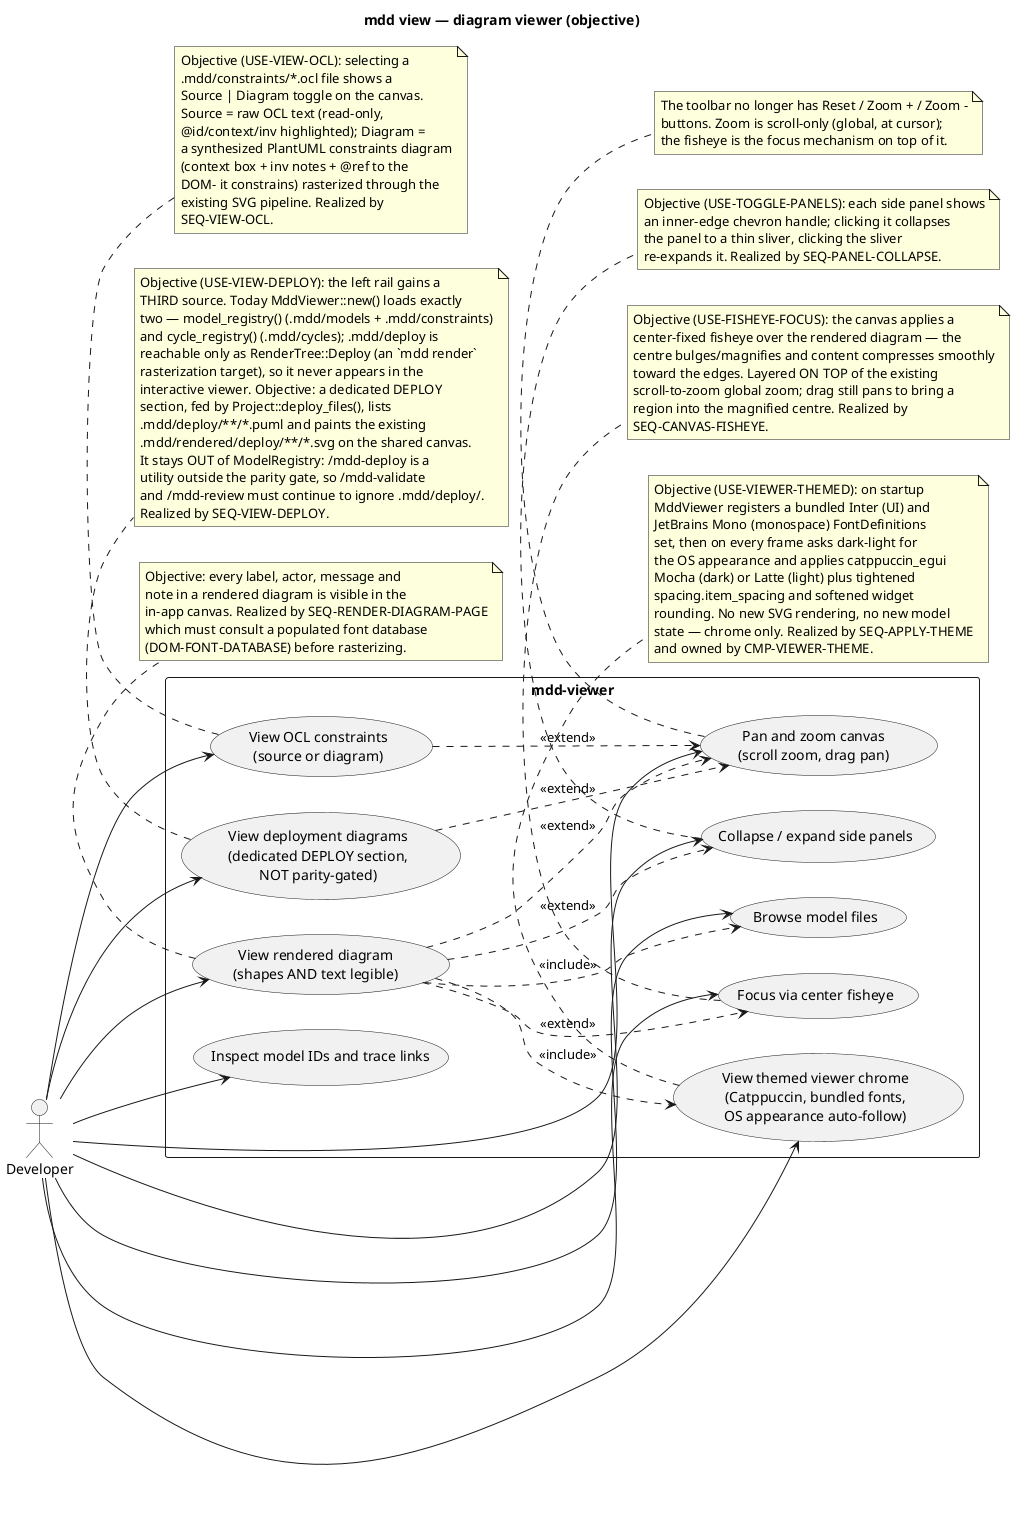
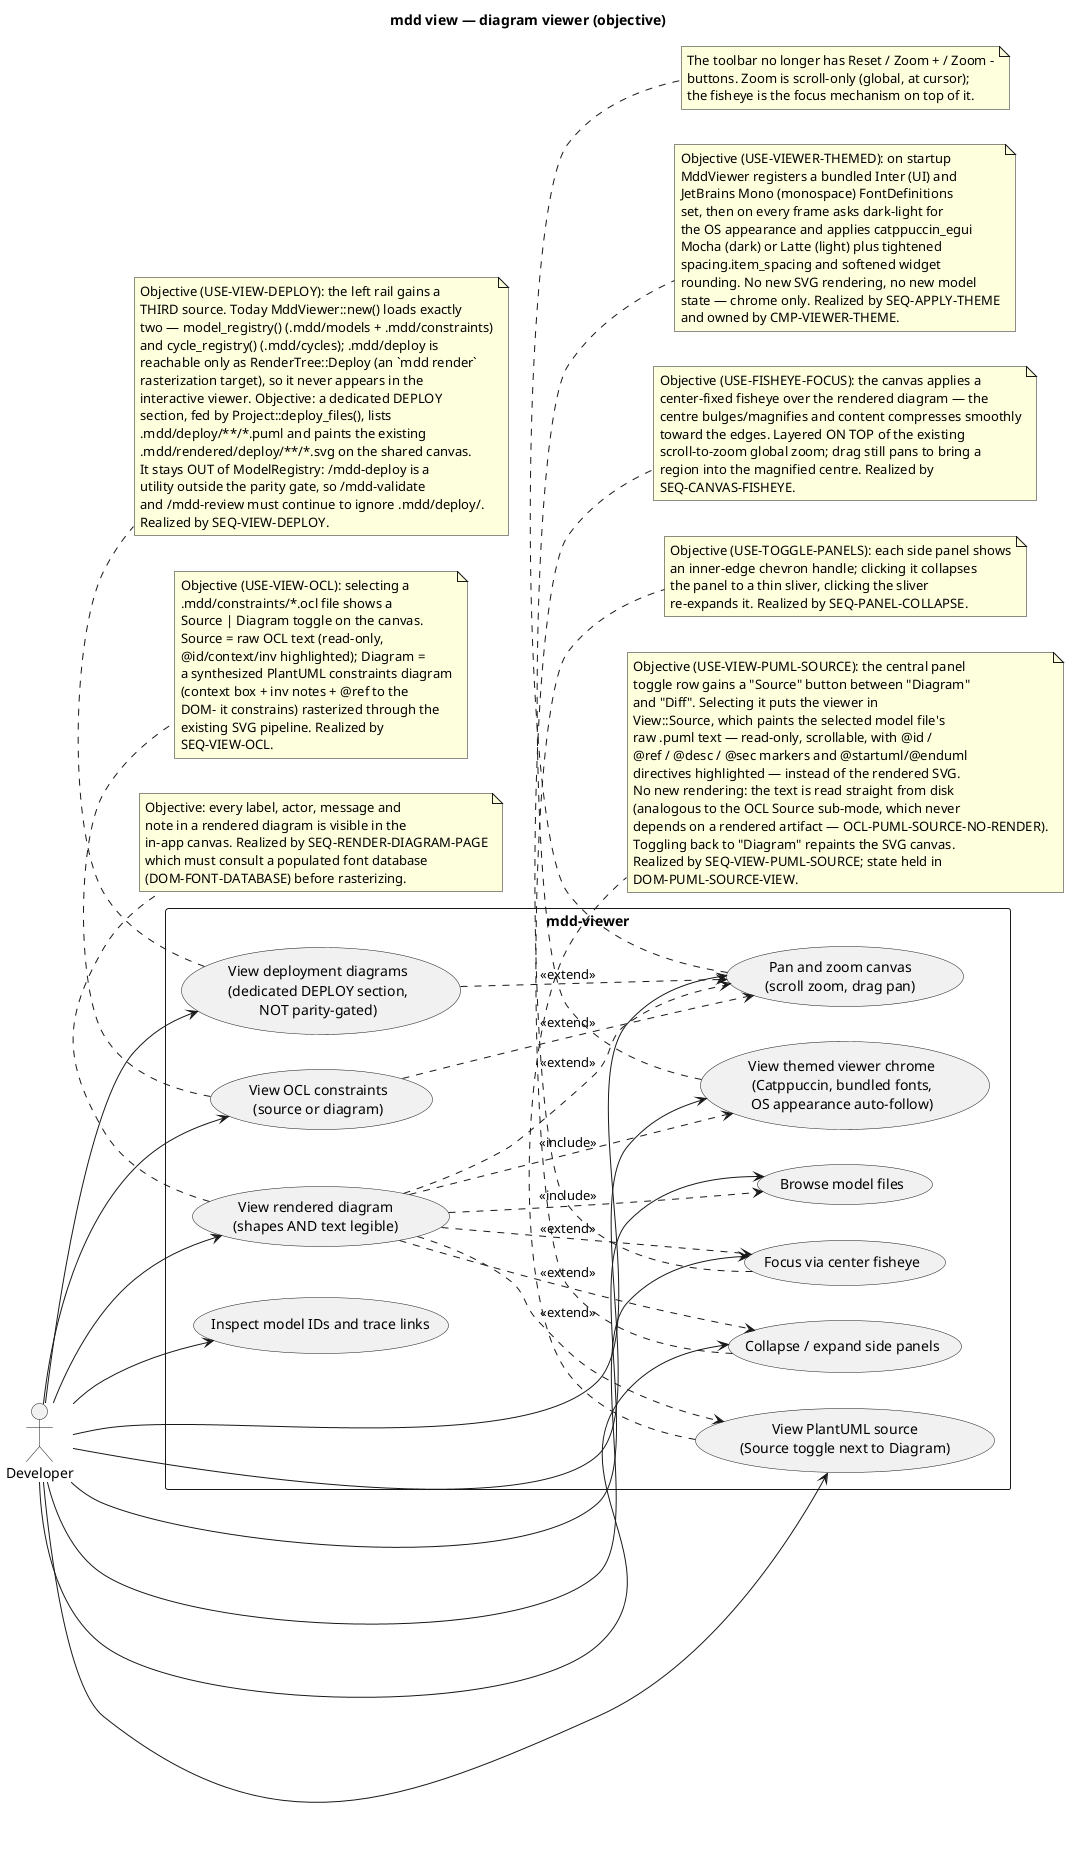
@startuml
' @id(USE-VIEW-DIAGRAMS)
' @desc(USE-VIEW-DIAGRAMS, "Developer views a rendered model diagram on the in-app canvas with shapes and text legible.")
' @id(USE-FISHEYE-FOCUS)
' @desc(USE-FISHEYE-FOCUS, "Developer focuses on part of a diagram via a center-fixed fisheye that magnifies the canvas centre and compresses content toward the edges, layered on the scroll global zoom.")
' @id(USE-TOGGLE-PANELS)
' @desc(USE-TOGGLE-PANELS, "Developer collapses or expands the left MODELS panel and the right MODEL CONTEXT panel via an inner-edge handle, reclaiming canvas width on demand.")
' @id(USE-VIEW-OCL)
' @desc(USE-VIEW-OCL, "Developer selects an .ocl constraint file and views it on the canvas with a Source/Diagram toggle: Source shows the raw OCL text, Diagram shows a synthesized PlantUML constraints diagram.")
' @id(USE-VIEW-DEPLOY)
' @desc(USE-VIEW-DEPLOY, "Developer sees /mdd-deploy deployment diagrams (.mdd/deploy/**/*.puml) in `mdd view`, listed in a DEDICATED 'DEPLOY' rail section that is visibly labelled as a utility artifact OUTSIDE the current<->objective parity gate. Selecting one paints its already-rendered .mdd/rendered/deploy/**/*.svg on the same canvas. The section is a THIRD viewer ingestion source alongside the model registry and the cycle registry; deployment files never enter ModelRegistry, so /mdd-validate and /mdd-review still never read .mdd/deploy/.")
' @id(USE-VIEWER-THEMED)
' @desc(USE-VIEWER-THEMED, "Developer sees the mdd-viewer chrome dressed by a Catppuccin palette (Mocha when the OS is dark, Latte when light, picked once per frame from the OS appearance), bundled Inter for UI text and JetBrains Mono for code/diff lists, and softened item spacing + corner rounding — instead of the bare egui defaults. Cross-platform single binary; chrome only — the SVG canvas rasterizer is untouched.")
+ ' @id(USE-VIEW-PUML-SOURCE)
+ ' @desc(USE-VIEW-PUML-SOURCE, "Developer reads the raw PlantUML text of the selected model file via a Source toggle placed next to the Diagram (and Diff) toggle in the central panel. Source replaces the rendered diagram with read-only, scrollable .puml text (@id/@ref/@desc/@sec markers and @startuml/@enduml directives highlighted); toggling back to Diagram repaints the SVG. Mirrors the OCL Source/Diagram functionality but for ordinary model diagrams — no new rendering, the source is read straight from disk.")
' Objective-side use-case view. Same text-legibility acceptance as before,
' plus the focus+context fisheye, the collapsible side panels, an
- ' OCL constraint viewer, a dedicated non-gated DEPLOY section, and
- ' an OS-appearance-following Catppuccin theme with bundled fonts.
+ ' OCL constraint viewer, a dedicated non-gated DEPLOY section, an
+ ' OS-appearance-following Catppuccin theme with bundled fonts, and a
+ ' Source toggle that shows a model file's raw PlantUML beside its diagram.
' The toolbar no longer carries zoom controls.
title mdd view — diagram viewer (objective)

left to right direction

actor "Developer" as Dev

rectangle "mdd-viewer" {
  usecase "View rendered diagram\n(shapes AND text legible)" as View
  usecase "Browse model files" as Browse
  usecase "Pan and zoom canvas\n(scroll zoom, drag pan)" as PanZoom
  usecase "Focus via center fisheye" as Fisheye
  usecase "Collapse / expand side panels" as Panels
  usecase "Inspect model IDs and trace links" as Trace
  usecase "View OCL constraints\n(source or diagram)" as ViewOcl
  usecase "View deployment diagrams\n(dedicated DEPLOY section,\nNOT parity-gated)" as ViewDeploy
  usecase "View themed viewer chrome\n(Catppuccin, bundled fonts,\nOS appearance auto-follow)" as Themed
+   usecase "View PlantUML source\n(Source toggle next to Diagram)" as ViewSource
}

Dev --> View
Dev --> Browse
Dev --> PanZoom
Dev --> Fisheye
Dev --> Panels
Dev --> Trace
Dev --> ViewOcl
Dev --> ViewDeploy
Dev --> Themed
+ Dev --> ViewSource

View ..> Browse : <<include>>
View ..> PanZoom : <<extend>>
View ..> Fisheye : <<extend>>
View ..> Panels : <<extend>>
View ..> Themed : <<include>>
+ View ..> ViewSource : <<extend>>
ViewOcl ..> PanZoom : <<extend>>
ViewDeploy ..> PanZoom : <<extend>>

note bottom of ViewOcl
  Objective (USE-VIEW-OCL): selecting a
  .mdd/constraints/*.ocl file shows a
  Source | Diagram toggle on the canvas.
  Source = raw OCL text (read-only,
  @id/context/inv highlighted); Diagram =
  a synthesized PlantUML constraints diagram
  (context box + inv notes + @ref to the
  DOM- it constrains) rasterized through the
  existing SVG pipeline. Realized by
  SEQ-VIEW-OCL.
end note

note bottom of View
  Objective: every label, actor, message and
  note in a rendered diagram is visible in the
  in-app canvas. Realized by SEQ-RENDER-DIAGRAM-PAGE
  which must consult a populated font database
  (DOM-FONT-DATABASE) before rasterizing.
end note

note bottom of Fisheye
  Objective (USE-FISHEYE-FOCUS): the canvas applies a
  center-fixed fisheye over the rendered diagram — the
  centre bulges/magnifies and content compresses smoothly
  toward the edges. Layered ON TOP of the existing
  scroll-to-zoom global zoom; drag still pans to bring a
  region into the magnified centre. Realized by
  SEQ-CANVAS-FISHEYE.
end note

note bottom of PanZoom
  The toolbar no longer has Reset / Zoom + / Zoom -
  buttons. Zoom is scroll-only (global, at cursor);
  the fisheye is the focus mechanism on top of it.
end note

note bottom of Panels
  Objective (USE-TOGGLE-PANELS): each side panel shows
  an inner-edge chevron handle; clicking it collapses
  the panel to a thin sliver, clicking the sliver
  re-expands it. Realized by SEQ-PANEL-COLLAPSE.
end note

note bottom of Themed
  Objective (USE-VIEWER-THEMED): on startup
  MddViewer registers a bundled Inter (UI) and
  JetBrains Mono (monospace) FontDefinitions
  set, then on every frame asks dark-light for
  the OS appearance and applies catppuccin_egui
  Mocha (dark) or Latte (light) plus tightened
  spacing.item_spacing and softened widget
  rounding. No new SVG rendering, no new model
  state — chrome only. Realized by SEQ-APPLY-THEME
  and owned by CMP-VIEWER-THEME.
end note

note bottom of ViewDeploy
  Objective (USE-VIEW-DEPLOY): the left rail gains a
  THIRD source. Today MddViewer::new() loads exactly
  two — model_registry() (.mdd/models + .mdd/constraints)
  and cycle_registry() (.mdd/cycles); .mdd/deploy is
  reachable only as RenderTree::Deploy (an `mdd render`
  rasterization target), so it never appears in the
  interactive viewer. Objective: a dedicated DEPLOY
  section, fed by Project::deploy_files(), lists
  .mdd/deploy/**/*.puml and paints the existing
  .mdd/rendered/deploy/**/*.svg on the shared canvas.
  It stays OUT of ModelRegistry: /mdd-deploy is a
  utility outside the parity gate, so /mdd-validate
  and /mdd-review must continue to ignore .mdd/deploy/.
  Realized by SEQ-VIEW-DEPLOY.
end note
+ 
+ note bottom of ViewSource
+   Objective (USE-VIEW-PUML-SOURCE): the central panel
+   toggle row gains a "Source" button between "Diagram"
+   and "Diff". Selecting it puts the viewer in
+   View::Source, which paints the selected model file's
+   raw .puml text — read-only, scrollable, with @id /
+   @ref / @desc / @sec markers and @startuml/@enduml
+   directives highlighted — instead of the rendered SVG.
+   No new rendering: the text is read straight from disk
+   (analogous to the OCL Source sub-mode, which never
+   depends on a rendered artifact — OCL-PUML-SOURCE-NO-RENDER).
+   Toggling back to "Diagram" repaints the SVG canvas.
+   Realized by SEQ-VIEW-PUML-SOURCE; state held in
+   DOM-PUML-SOURCE-VIEW.
+ end note
@enduml
